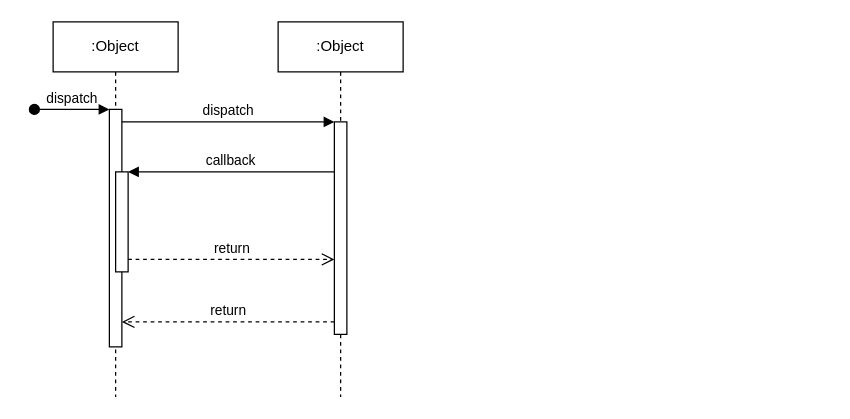
Before: Create Note.drawio in nodelogicau/coucal, a draw.io diagram. Source tidied: cells renumbered, new cells numbered last; positions are measured from the earlier drawing's top-left corner, leaving out a move shared by most shapes. Both pictures are drawn from the tidied source at 125%, with x=0, y=0 at pixel (34, 21).
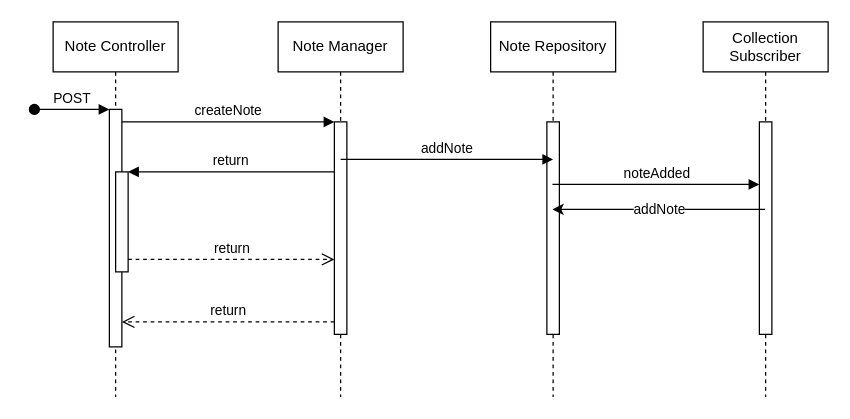
The same diagram, later.

Unchanged cells that the change refers to:
```xml
<mxCell id="3" style="html=1;points=[];perimeter=orthogonalPerimeter;outlineConnect=0;targetShapes=umlLifeline;portConstraint=eastwest;newEdgeStyle={&quot;edgeStyle&quot;:&quot;elbowEdgeStyle&quot;,&quot;elbow&quot;:&quot;vertical&quot;,&quot;curved&quot;:0,&quot;rounded&quot;:0};" parent="2" vertex="1">
  <mxGeometry x="45" y="70" width="10" height="190" as="geometry" />
</mxCell>
<mxCell id="5" style="html=1;points=[];perimeter=orthogonalPerimeter;outlineConnect=0;targetShapes=umlLifeline;portConstraint=eastwest;newEdgeStyle={&quot;edgeStyle&quot;:&quot;elbowEdgeStyle&quot;,&quot;elbow&quot;:&quot;vertical&quot;,&quot;curved&quot;:0,&quot;rounded&quot;:0};" parent="2" vertex="1">
  <mxGeometry x="50" y="120" width="10" height="80" as="geometry" />
</mxCell>
<mxCell id="7" style="html=1;points=[];perimeter=orthogonalPerimeter;outlineConnect=0;targetShapes=umlLifeline;portConstraint=eastwest;newEdgeStyle={&quot;edgeStyle&quot;:&quot;elbowEdgeStyle&quot;,&quot;elbow&quot;:&quot;vertical&quot;,&quot;curved&quot;:0,&quot;rounded&quot;:0};" parent="6" vertex="1">
  <mxGeometry x="45" y="80" width="10" height="170" as="geometry" />
</mxCell>
```

What changed in the source:
```diff
@@
-    <mxCell id="2" value=":Object" style="shape=umlLifeline;perimeter=lifelinePerimeter;whiteSpace=wrap;html=1;newEdgeStyle={&quot;edgeStyle&quot;:&quot;elbowEdgeStyle&quot;,&quot;elbow&quot;:&quot;vertical&quot;,&quot;curved&quot;:0,&quot;rounded&quot;:0};" parent="1" vertex="1">
+    <mxCell id="2" value="Note Controller" style="shape=umlLifeline;perimeter=lifelinePerimeter;whiteSpace=wrap;html=1;newEdgeStyle={&quot;edgeStyle&quot;:&quot;elbowEdgeStyle&quot;,&quot;elbow&quot;:&quot;vertical&quot;,&quot;curved&quot;:0,&quot;rounded&quot;:0};" parent="1" vertex="1">
       <mxGeometry x="15" width="100" height="300" as="geometry" />
     </mxCell>
@@
-    <mxCell id="4" value="dispatch" style="html=1;verticalAlign=bottom;startArrow=oval;endArrow=block;startSize=8;edgeStyle=elbowEdgeStyle;elbow=vertical;curved=0;rounded=0;" parent="2" edge="1" target="3">
+    <mxCell id="4" value="POST" style="html=1;verticalAlign=bottom;startArrow=oval;endArrow=block;startSize=8;edgeStyle=elbowEdgeStyle;elbow=vertical;curved=0;rounded=0;" parent="2" edge="1" target="3">
       <mxGeometry relative="1" as="geometry">
         <mxPoint x="-15" y="70" as="sourcePoint" />
       </mxGeometry>
     </mxCell>
@@
-    <mxCell id="6" value=":Object" style="shape=umlLifeline;perimeter=lifelinePerimeter;whiteSpace=wrap;html=1;newEdgeStyle={&quot;edgeStyle&quot;:&quot;elbowEdgeStyle&quot;,&quot;elbow&quot;:&quot;vertical&quot;,&quot;curved&quot;:0,&quot;rounded&quot;:0};" parent="1" vertex="1">
+    <mxCell id="6" value="Note Manager" style="shape=umlLifeline;perimeter=lifelinePerimeter;whiteSpace=wrap;html=1;newEdgeStyle={&quot;edgeStyle&quot;:&quot;elbowEdgeStyle&quot;,&quot;elbow&quot;:&quot;vertical&quot;,&quot;curved&quot;:0,&quot;rounded&quot;:0};" parent="1" vertex="1">
       <mxGeometry x="195" width="100" height="300" as="geometry" />
     </mxCell>
@@
-    <mxCell id="8" value="dispatch" style="html=1;verticalAlign=bottom;endArrow=block;edgeStyle=elbowEdgeStyle;elbow=vertical;curved=0;rounded=0;" parent="1" edge="1" source="3" target="7">
+    <mxCell id="8" value="createNote" style="html=1;verticalAlign=bottom;endArrow=block;edgeStyle=elbowEdgeStyle;elbow=vertical;curved=0;rounded=0;" parent="1" edge="1" source="3" target="7">
       <mxGeometry relative="1" as="geometry">
         <Array as="points">
           <mxPoint x="155" y="80" />
         </Array>
       </mxGeometry>
     </mxCell>
@@
-    <mxCell id="10" value="callback" style="html=1;verticalAlign=bottom;endArrow=block;edgeStyle=elbowEdgeStyle;elbow=vertical;curved=0;rounded=0;" parent="1" edge="1" source="7" target="5">
+    <mxCell id="10" value="return" style="html=1;verticalAlign=bottom;endArrow=block;edgeStyle=elbowEdgeStyle;elbow=vertical;curved=0;rounded=0;" parent="1" edge="1" source="7" target="5">
       <mxGeometry relative="1" as="geometry">
         <Array as="points">
           <mxPoint x="165" y="120" />
         </Array>
       </mxGeometry>
     </mxCell>
@@
+    <mxCell id="12" value="Note Repository" style="shape=umlLifeline;perimeter=lifelinePerimeter;whiteSpace=wrap;html=1;outlineConnect=0;portConstraint=eastwest;newEdgeStyle={&quot;edgeStyle&quot;:&quot;elbowEdgeStyle&quot;,&quot;elbow&quot;:&quot;vertical&quot;,&quot;curved&quot;:0,&quot;rounded&quot;:0};" parent="1" vertex="1">
+      <mxGeometry x="365" width="100" height="300" as="geometry" />
+    </mxCell>
+    <mxCell id="13" style="html=1;perimeter=orthogonalPerimeter;targetShapes=umlLifeline;newEdgeStyle={&quot;edgeStyle&quot;:&quot;elbowEdgeStyle&quot;,&quot;elbow&quot;:&quot;vertical&quot;,&quot;curved&quot;:0,&quot;rounded&quot;:0};" parent="12" vertex="1">
+      <mxGeometry x="45" y="80" width="10" height="170" as="geometry" />
+    </mxCell>
+    <mxCell id="14" value="Collection Subscriber" style="shape=umlLifeline;perimeter=lifelinePerimeter;whiteSpace=wrap;html=1;outlineConnect=0;portConstraint=eastwest;newEdgeStyle={&quot;edgeStyle&quot;:&quot;elbowEdgeStyle&quot;,&quot;elbow&quot;:&quot;vertical&quot;,&quot;curved&quot;:0,&quot;rounded&quot;:0};" parent="1" vertex="1">
+      <mxGeometry x="535" width="100" height="300" as="geometry" />
+    </mxCell>
+    <mxCell id="15" style="html=1;points=[];perimeter=orthogonalPerimeter;outlineConnect=0;targetShapes=umlLifeline;portConstraint=eastwest;newEdgeStyle={&quot;edgeStyle&quot;:&quot;elbowEdgeStyle&quot;,&quot;elbow&quot;:&quot;vertical&quot;,&quot;curved&quot;:0,&quot;rounded&quot;:0};" parent="14" vertex="1">
+      <mxGeometry x="45" y="80" width="10" height="170" as="geometry" />
+    </mxCell>
+    <mxCell id="16" value="addNote" style="html=1;verticalAlign=bottom;endArrow=block;edgeStyle=elbowEdgeStyle;elbow=vertical;curved=0;rounded=0;" parent="1" edge="1">
+      <mxGeometry relative="1" as="geometry">
+        <mxPoint x="245" y="110" as="sourcePoint" />
+        <mxPoint x="415" y="110" as="targetPoint" />
+        <Array as="points">
+          <mxPoint x="330" y="110" />
+        </Array>
+      </mxGeometry>
+    </mxCell>
+    <mxCell id="17" value="noteAdded" style="html=1;verticalAlign=bottom;endArrow=block;edgeStyle=elbowEdgeStyle;elbow=vertical;curved=0;rounded=0;" parent="1" edge="1" source="12" target="15">
+      <mxGeometry relative="1" as="geometry">
+        <Array as="points">
+          <mxPoint x="500" y="130" />
+        </Array>
+      </mxGeometry>
+    </mxCell>
+    <mxCell id="18" value="&lt;div&gt;addNote&lt;/div&gt;" style="endArrow=classic;html=1;rounded=0;" parent="1" edge="1" source="14" target="12">
+      <mxGeometry relative="1" as="geometry" />
+    </mxCell>
```
